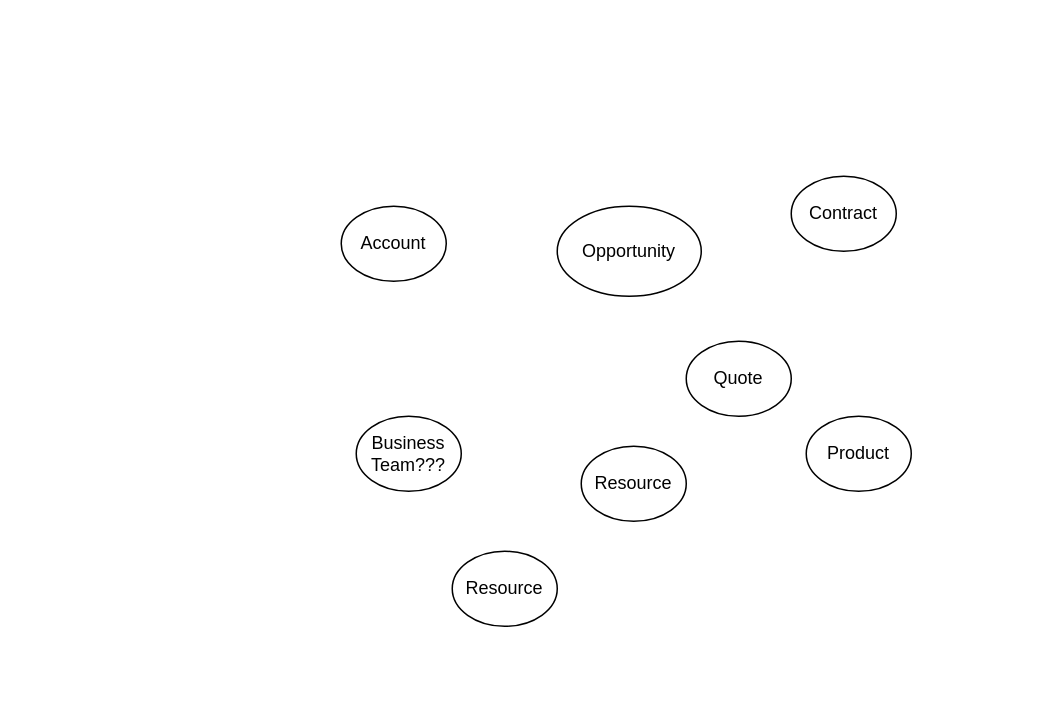
This is page "Page-1" (1 of 2) of CKNET_SALE_Diagram.drawio from cknet-saleforce/salesforcebasic, a draw.io file, before an edit. Source tidied: cells renumbered, new cells numbered last; positions are measured from the earlier drawing's top-left corner, leaving out a move shared by most shapes. Both pictures are drawn from the tidied source at 150%, with x=0, y=0 at pixel (340, 176).
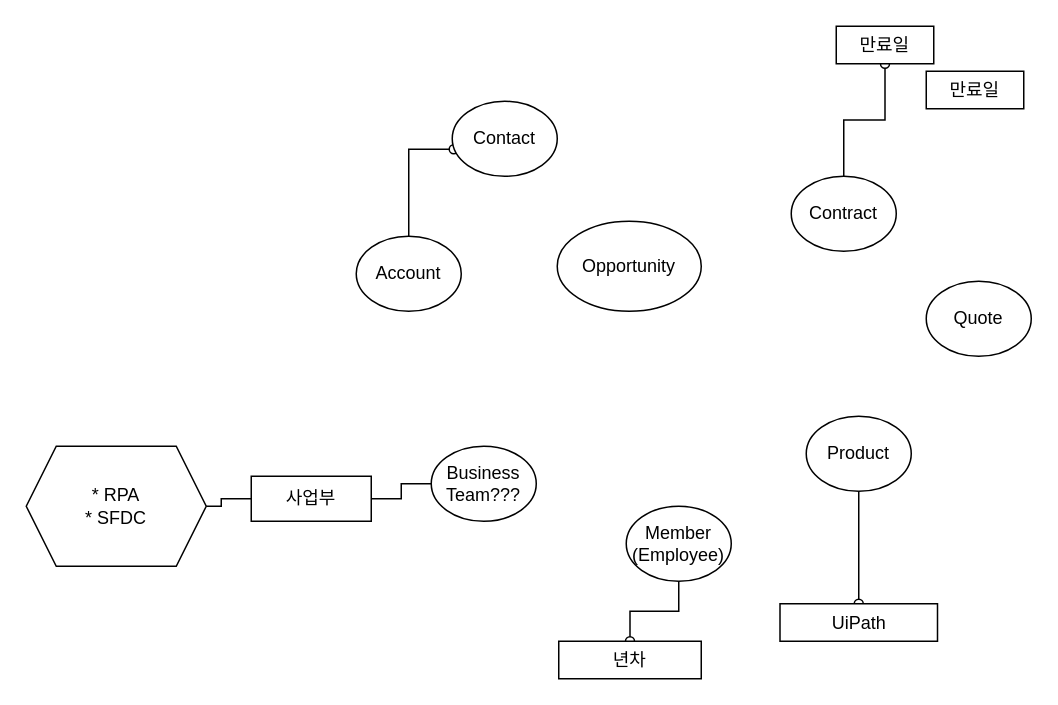
The same diagram, later.

The change refers to these unchanged cells:
```xml
<mxCell id="5" value="Contract" style="ellipse;whiteSpace=wrap;html=1;" parent="1" vertex="1">
  <mxGeometry x="300" width="70" height="50" as="geometry" />
</mxCell>
<mxCell id="8" value="Product" style="ellipse;whiteSpace=wrap;html=1;" parent="1" vertex="1">
  <mxGeometry x="310" y="160" width="70" height="50" as="geometry" />
</mxCell>
```

What changed in the source:
```diff
@@
+    <mxCell id="10" style="rounded=0;jettySize=auto;html=1;entryX=0.014;entryY=0.64;entryDx=0;entryDy=0;entryPerimeter=0;edgeStyle=orthogonalEdgeStyle;endArrow=oval;endFill=0;" parent="1" edge="1" source="2" target="9">
+      <mxGeometry relative="1" as="geometry" />
+    </mxCell>
     <mxCell id="2" value="Account" style="ellipse;whiteSpace=wrap;html=1;" parent="1" vertex="1">
-      <mxGeometry y="20" width="70" height="50" as="geometry" />
+      <mxGeometry x="10" y="40" width="70" height="50" as="geometry" />
     </mxCell>
     <mxCell id="3" value="Opportunity" style="ellipse;whiteSpace=wrap;html=1;" parent="1" vertex="1">
-      <mxGeometry x="144" y="20" width="96" height="60" as="geometry" />
+      <mxGeometry x="144" y="30" width="96" height="60" as="geometry" />
     </mxCell>
     <mxCell id="4" value="Quote" style="ellipse;whiteSpace=wrap;html=1;" parent="1" vertex="1">
-      <mxGeometry x="230" y="110" width="70" height="50" as="geometry" />
+      <mxGeometry x="390" y="70" width="70" height="50" as="geometry" />
     </mxCell>
+    <mxCell id="11" style="edgeStyle=orthogonalEdgeStyle;rounded=0;jettySize=auto;html=1;endArrow=oval;endFill=0;strokeColor=default;" parent="1" edge="1" source="5" target="20">
+      <mxGeometry relative="1" as="geometry" />
+    </mxCell>
@@
     <mxCell id="6" value="Business&lt;br&gt;Team???" style="ellipse;whiteSpace=wrap;html=1;" parent="1" vertex="1">
-      <mxGeometry x="10" y="160" width="70" height="50" as="geometry" />
+      <mxGeometry x="60" y="180" width="70" height="50" as="geometry" />
     </mxCell>
+    <mxCell id="12" style="edgeStyle=orthogonalEdgeStyle;rounded=0;jettySize=auto;html=1;endArrow=oval;endFill=0;" parent="1" edge="1" source="7" target="18">
+      <mxGeometry relative="1" as="geometry" />
+    </mxCell>
-    <mxCell id="7" value="Resource" style="ellipse;whiteSpace=wrap;html=1;" parent="1" vertex="1">
-      <mxGeometry x="160" y="180" width="70" height="50" as="geometry" />
+    <mxCell id="7" value="Member&lt;br&gt;(Employee)" style="ellipse;whiteSpace=wrap;html=1;" parent="1" vertex="1">
+      <mxGeometry x="190" y="220" width="70" height="50" as="geometry" />
     </mxCell>
+    <mxCell id="13" style="edgeStyle=orthogonalEdgeStyle;rounded=0;jettySize=auto;html=1;endArrow=oval;endFill=0;" parent="1" edge="1" source="8" target="19">
+      <mxGeometry relative="1" as="geometry" />
+    </mxCell>
@@
-    <mxCell id="9" value="Resource" style="ellipse;whiteSpace=wrap;html=1;" parent="1" vertex="1">
-      <mxGeometry x="74" y="250" width="70" height="50" as="geometry" />
+    <mxCell id="9" value="Contact" style="ellipse;whiteSpace=wrap;html=1;" parent="1" vertex="1">
+      <mxGeometry x="74" y="-50" width="70" height="50" as="geometry" />
     </mxCell>
+    <mxCell id="14" style="edgeStyle=orthogonalEdgeStyle;rounded=0;jettySize=auto;html=1;endArrow=none;endFill=0;" parent="1" edge="1" source="16" target="6">
+      <mxGeometry relative="1" as="geometry" />
+    </mxCell>
+    <mxCell id="15" style="edgeStyle=orthogonalEdgeStyle;rounded=0;jettySize=auto;html=1;endArrow=none;endFill=0;" parent="1" edge="1" source="16" target="17">
+      <mxGeometry relative="1" as="geometry" />
+    </mxCell>
+    <mxCell id="16" value="사업부" style="rounded=0;whiteSpace=wrap;html=1;" parent="1" vertex="1">
+      <mxGeometry x="-60" y="200" width="80" height="30" as="geometry" />
+    </mxCell>
+    <mxCell id="17" value="* RPA&lt;br&gt;* SFDC" style="shape=hexagon;perimeter=hexagonPerimeter2;whiteSpace=wrap;html=1;fixedSize=1;rounded=0;" parent="1" vertex="1">
+      <mxGeometry x="-210" y="180" width="120" height="80" as="geometry" />
+    </mxCell>
+    <mxCell id="18" value="년차" style="whiteSpace=wrap;html=1;" parent="1" vertex="1">
+      <mxGeometry x="145" y="310" width="95" height="25" as="geometry" />
+    </mxCell>
+    <mxCell id="19" value="UiPath" style="whiteSpace=wrap;html=1;" parent="1" vertex="1">
+      <mxGeometry x="292.5" y="285" width="105" height="25" as="geometry" />
+    </mxCell>
+    <mxCell id="20" value="만료일" style="whiteSpace=wrap;html=1;" parent="1" vertex="1">
+      <mxGeometry x="330" y="-100" width="65" height="25" as="geometry" />
+    </mxCell>
+    <mxCell id="21" value="만료일" style="whiteSpace=wrap;html=1;" parent="1" vertex="1">
+      <mxGeometry x="390" y="-70" width="65" height="25" as="geometry" />
+    </mxCell>
```
